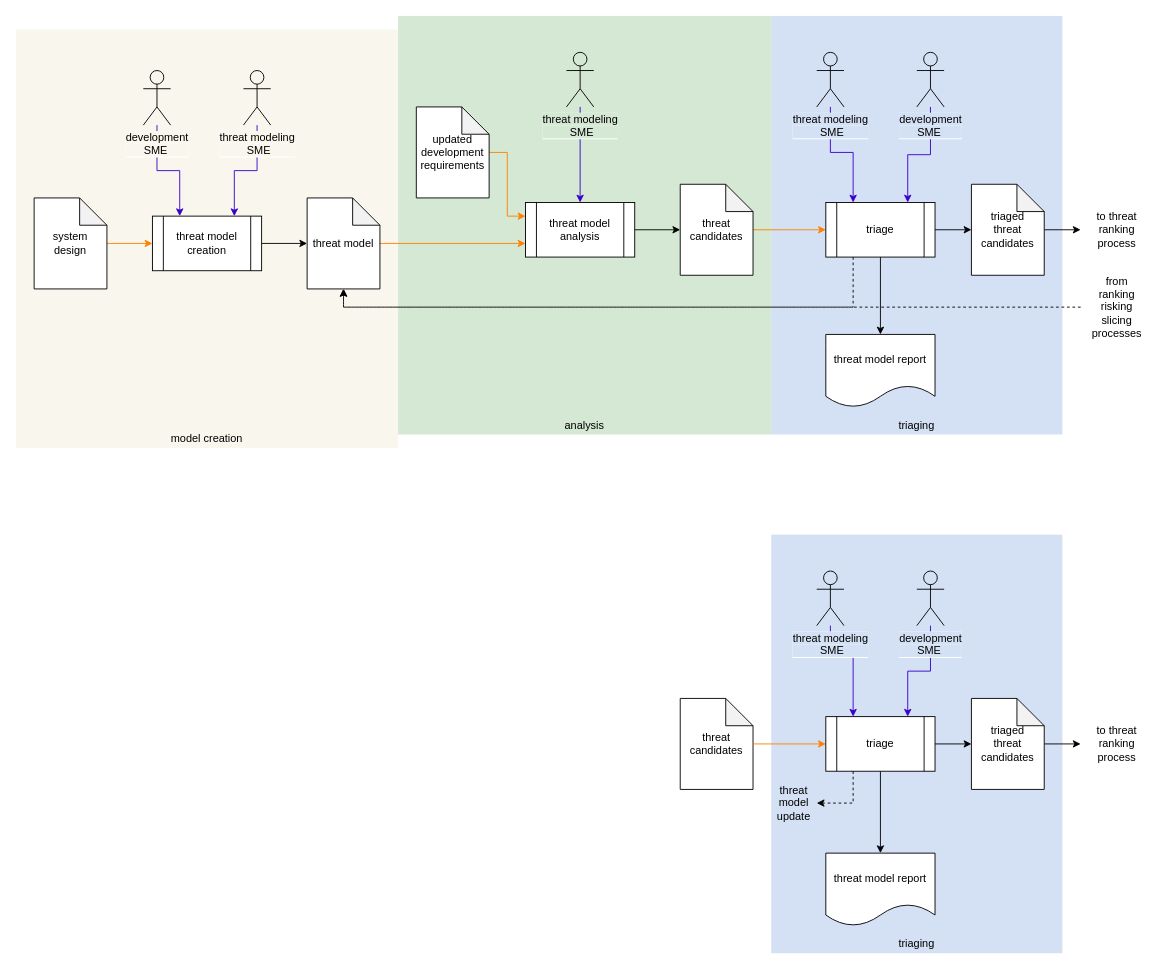
This is source/reference_documents/secondary_documents/design phase/Threat Modeling Report/images/source/threat modeling workflow.drawio from nutonomy/AVCDL, a draw.io file, before an edit. Source tidied: cells renumbered, new cells numbered last; positions are measured from the earlier drawing's top-left corner, leaving out a move shared by most shapes. Both pictures are drawn from the tidied source at 91%, with x=0, y=0 at pixel (15, 15).
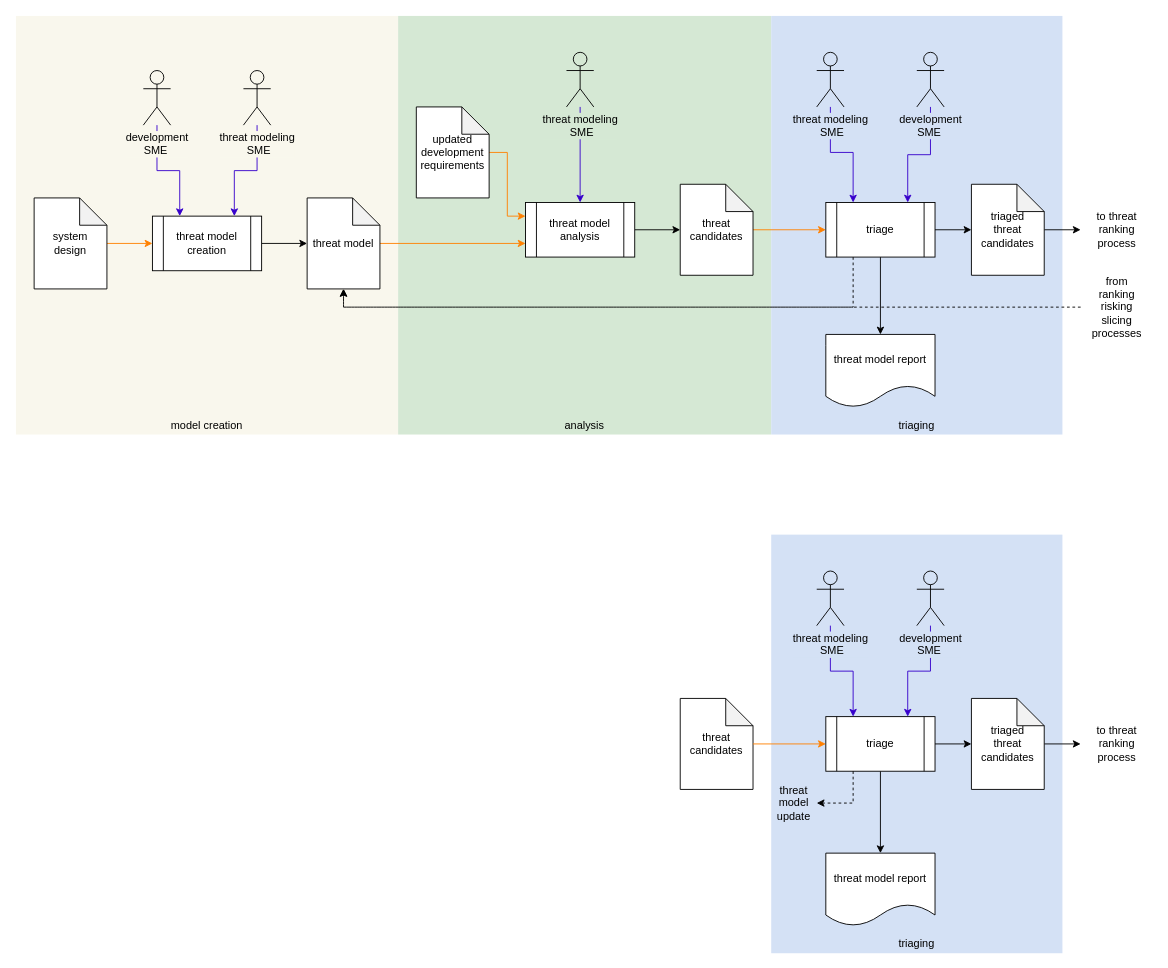
Above is the later version.

Commit message (it also covers changes not shown here):
* Updated Threat Modeling Report AVCDL secondary document (workflow diagram tweaks)

The change refers to these unchanged cells:
```xml
<mxCell id="44" value="triage" style="shape=process;whiteSpace=wrap;html=1;backgroundOutline=1;" parent="1" vertex="1">
  <mxGeometry x="890" y="770" width="120" height="60" as="geometry" />
</mxCell>
```

Change to the diagram source:
```diff
@@
-    <mxCell id="2" style="rounded=0;whiteSpace=wrap;html=1;fillColor=#f9f7ed;strokeColor=none;" parent="1" vertex="1">
-      <mxGeometry y="15" width="420" height="460" as="geometry" />
+    <mxCell id="2" style="rounded=0;whiteSpace=wrap;html=1;fillColor=#F9F7ED;strokeColor=none;" parent="1" vertex="1">
+      <mxGeometry width="420" height="460" as="geometry" />
     </mxCell>
@@
     <mxCell id="28" value="model creation" style="text;html=1;strokeColor=none;fillColor=none;align=center;verticalAlign=middle;whiteSpace=wrap;rounded=0;" parent="1" vertex="1">
-      <mxGeometry y="455" width="420" height="20" as="geometry" />
+      <mxGeometry y="440" width="420" height="20" as="geometry" />
     </mxCell>
@@
-    <mxCell id="33" value="&lt;span style=&quot;background-color: rgb(212 , 225 , 245)&quot;&gt;threat modeling&lt;br&gt;&amp;nbsp; &amp;nbsp; &amp;nbsp; &amp;nbsp; &amp;nbsp;SME&amp;nbsp; &amp;nbsp; &amp;nbsp; &amp;nbsp;&amp;nbsp;&lt;/span&gt;" style="shape=umlActor;verticalLabelPosition=bottom;labelBackgroundColor=#ffffff;verticalAlign=top;html=1;outlineConnect=0;fillColor=#D4E1F5;" parent="1" vertex="1">
+    <mxCell id="33" value="&lt;span style=&quot;&quot;&gt;threat modeling&lt;br&gt;&amp;nbsp; &amp;nbsp; &amp;nbsp; &amp;nbsp; &amp;nbsp;SME&amp;nbsp; &amp;nbsp; &amp;nbsp; &amp;nbsp;&amp;nbsp;&lt;/span&gt;" style="shape=umlActor;verticalLabelPosition=bottom;labelBackgroundColor=#D4E1F5;verticalAlign=top;html=1;outlineConnect=0;fillColor=#D4E1F5;" parent="1" vertex="1">
       <mxGeometry x="880" y="40" width="30" height="60" as="geometry" />
     </mxCell>
-    <mxCell id="34" value="&lt;span style=&quot;background-color: rgb(212 , 225 , 245)&quot;&gt;development&lt;br&gt;&amp;nbsp; &amp;nbsp; &amp;nbsp; SME&amp;nbsp; &amp;nbsp; &amp;nbsp; &amp;nbsp;&lt;/span&gt;" style="shape=umlActor;verticalLabelPosition=bottom;labelBackgroundColor=#ffffff;verticalAlign=top;html=1;outlineConnect=0;fillColor=#D4E1F5;" parent="1" vertex="1">
+    <mxCell id="34" value="&lt;span style=&quot;&quot;&gt;development&lt;br&gt;&amp;nbsp; &amp;nbsp; &amp;nbsp; SME&amp;nbsp; &amp;nbsp; &amp;nbsp; &amp;nbsp;&lt;/span&gt;" style="shape=umlActor;verticalLabelPosition=bottom;labelBackgroundColor=#D4E1F5;verticalAlign=top;html=1;outlineConnect=0;fillColor=#D4E1F5;" parent="1" vertex="1">
       <mxGeometry x="990" y="40" width="30" height="60" as="geometry" />
     </mxCell>
-    <mxCell id="35" value="&lt;span style=&quot;background-color: rgb(213 , 232 , 212)&quot;&gt;threat modeling&lt;br&gt;&amp;nbsp; &amp;nbsp; &amp;nbsp; &amp;nbsp; &amp;nbsp;SME&amp;nbsp; &amp;nbsp; &amp;nbsp; &amp;nbsp;&amp;nbsp;&lt;/span&gt;" style="shape=umlActor;verticalLabelPosition=bottom;labelBackgroundColor=#ffffff;verticalAlign=top;html=1;outlineConnect=0;fillColor=#D5E8D4;" parent="1" vertex="1">
+    <mxCell id="35" value="&lt;span style=&quot;&quot;&gt;threat modeling&lt;br&gt;&amp;nbsp; &amp;nbsp; &amp;nbsp; &amp;nbsp; &amp;nbsp;SME&amp;nbsp; &amp;nbsp; &amp;nbsp; &amp;nbsp;&amp;nbsp;&lt;/span&gt;" style="shape=umlActor;verticalLabelPosition=bottom;labelBackgroundColor=#D5E8D4;verticalAlign=top;html=1;outlineConnect=0;fillColor=#D5E8D4;" parent="1" vertex="1">
       <mxGeometry x="605" y="40" width="30" height="60" as="geometry" />
     </mxCell>
-    <mxCell id="36" value="&lt;span style=&quot;background-color: rgb(249 , 247 , 237)&quot;&gt;threat modeling&lt;br&gt;&amp;nbsp; &amp;nbsp; &amp;nbsp; &amp;nbsp; &amp;nbsp;SME&amp;nbsp; &amp;nbsp; &amp;nbsp; &amp;nbsp;&amp;nbsp;&lt;/span&gt;" style="shape=umlActor;verticalLabelPosition=bottom;labelBackgroundColor=#ffffff;verticalAlign=top;html=1;outlineConnect=0;fillColor=#F9F7ED;" parent="1" vertex="1">
+    <mxCell id="36" value="&lt;span style=&quot;&quot;&gt;threat modeling&lt;br&gt;&amp;nbsp; &amp;nbsp; &amp;nbsp; &amp;nbsp; &amp;nbsp;SME&amp;nbsp; &amp;nbsp; &amp;nbsp; &amp;nbsp;&amp;nbsp;&lt;/span&gt;" style="shape=umlActor;verticalLabelPosition=bottom;labelBackgroundColor=#F9F7ED;verticalAlign=top;html=1;outlineConnect=0;fillColor=#F9F7ED;" parent="1" vertex="1">
       <mxGeometry x="250" y="60" width="30" height="60" as="geometry" />
     </mxCell>
-    <mxCell id="37" value="&lt;span style=&quot;background-color: rgb(249 , 247 , 237)&quot;&gt;development&lt;br&gt;&amp;nbsp; &amp;nbsp; &amp;nbsp; SME&amp;nbsp; &amp;nbsp; &amp;nbsp; &amp;nbsp;&lt;/span&gt;" style="shape=umlActor;verticalLabelPosition=bottom;labelBackgroundColor=#ffffff;verticalAlign=top;html=1;outlineConnect=0;fillColor=#F9F7ED;" parent="1" vertex="1">
+    <mxCell id="37" value="&lt;span style=&quot;&quot;&gt;development&lt;br&gt;&amp;nbsp; &amp;nbsp; &amp;nbsp; SME&amp;nbsp; &amp;nbsp; &amp;nbsp; &amp;nbsp;&lt;/span&gt;" style="shape=umlActor;verticalLabelPosition=bottom;labelBackgroundColor=#F9F7ED;verticalAlign=top;html=1;outlineConnect=0;fillColor=#F9F7ED;" parent="1" vertex="1">
       <mxGeometry x="140" y="60" width="30" height="60" as="geometry" />
     </mxCell>
@@
     <mxCell id="40" style="edgeStyle=orthogonalEdgeStyle;rounded=0;jettySize=auto;html=1;entryX=0.25;entryY=0;entryDx=0;entryDy=0;fillColor=#6a00ff;strokeColor=#3700CC;" parent="1" edge="1" source="49" target="44">
       <mxGeometry relative="1" as="geometry">
         <Array as="points">
-          <mxPoint x="895" y="680" />
-          <mxPoint x="920" y="680" />
+          <mxPoint x="895" y="720" />
+          <mxPoint x="920" y="720" />
         </Array>
       </mxGeometry>
     </mxCell>
@@
-    <mxCell id="49" value="&lt;span style=&quot;background-color: rgb(212 , 225 , 245)&quot;&gt;threat modeling&lt;br&gt;&amp;nbsp; &amp;nbsp; &amp;nbsp; &amp;nbsp; &amp;nbsp;SME&amp;nbsp; &amp;nbsp; &amp;nbsp; &amp;nbsp;&amp;nbsp;&lt;/span&gt;" style="shape=umlActor;verticalLabelPosition=bottom;labelBackgroundColor=#ffffff;verticalAlign=top;html=1;outlineConnect=0;fillColor=#D4E1F5;" parent="1" vertex="1">
+    <mxCell id="49" value="&lt;span style=&quot;&quot;&gt;threat modeling&lt;br&gt;&amp;nbsp; &amp;nbsp; &amp;nbsp; &amp;nbsp; &amp;nbsp;SME&amp;nbsp; &amp;nbsp; &amp;nbsp; &amp;nbsp;&amp;nbsp;&lt;/span&gt;" style="shape=umlActor;verticalLabelPosition=bottom;labelBackgroundColor=#D4E1F5;verticalAlign=top;html=1;outlineConnect=0;fillColor=#D4E1F5;" parent="1" vertex="1">
       <mxGeometry x="880" y="610" width="30" height="60" as="geometry" />
     </mxCell>
-    <mxCell id="50" value="&lt;span style=&quot;background-color: rgb(212 , 225 , 245)&quot;&gt;development&lt;br&gt;&amp;nbsp; &amp;nbsp; &amp;nbsp; SME&amp;nbsp; &amp;nbsp; &amp;nbsp; &amp;nbsp;&lt;/span&gt;" style="shape=umlActor;verticalLabelPosition=bottom;labelBackgroundColor=#ffffff;verticalAlign=top;html=1;outlineConnect=0;fillColor=#D4E1F5;" parent="1" vertex="1">
+    <mxCell id="50" value="&lt;span style=&quot;&quot;&gt;development&lt;br&gt;&amp;nbsp; &amp;nbsp; &amp;nbsp; SME&amp;nbsp; &amp;nbsp; &amp;nbsp; &amp;nbsp;&lt;/span&gt;" style="shape=umlActor;verticalLabelPosition=bottom;labelBackgroundColor=#D4E1F5;verticalAlign=top;html=1;outlineConnect=0;fillColor=#D4E1F5;noLabel=0;labelPadding=0;" parent="1" vertex="1">
       <mxGeometry x="990" y="610" width="30" height="60" as="geometry" />
     </mxCell>
```
